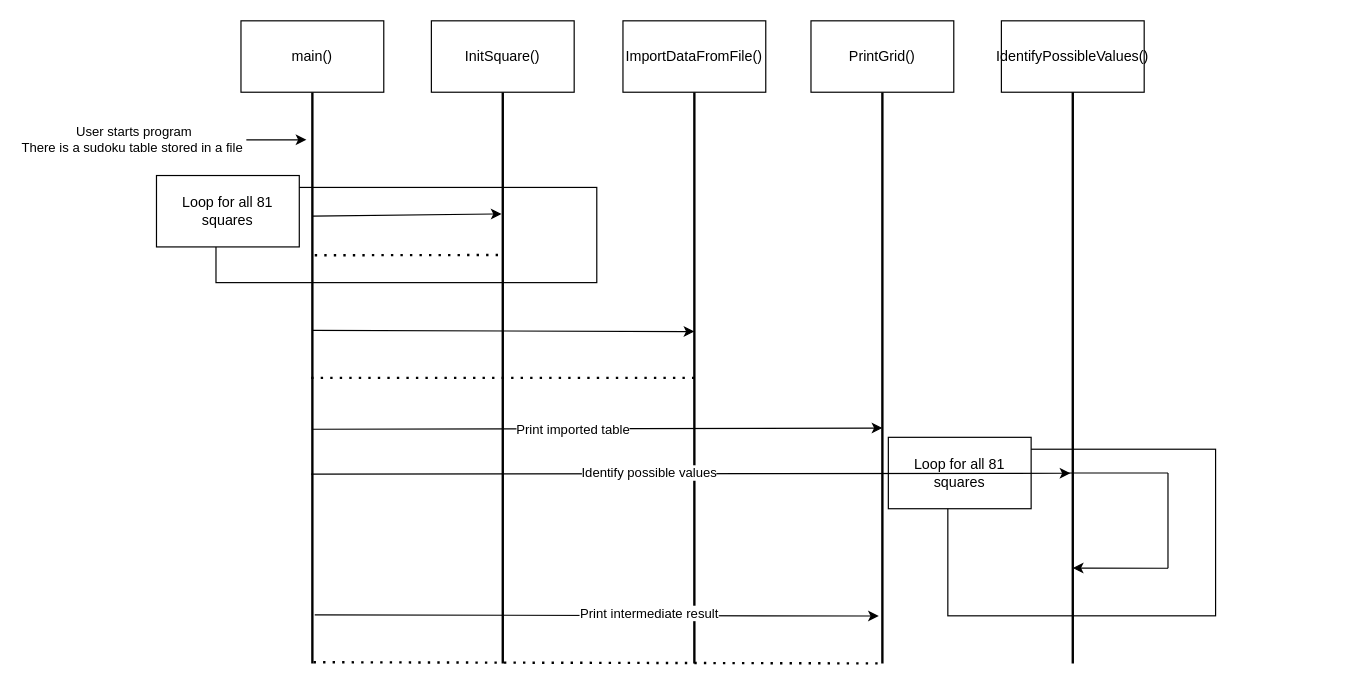
Above: page "Sequence diagrams" (1 of 2) of Miniproject/diagrams.drawio in nh365/CppBC (draw.io), before the change. Source tidied: cells renumbered, new cells numbered last; positions are measured from the earlier drawing's top-left corner, leaving out a move shared by most shapes. Both pictures are drawn from the tidied source at 119%, with x=0, y=0 at pixel (151, 20).
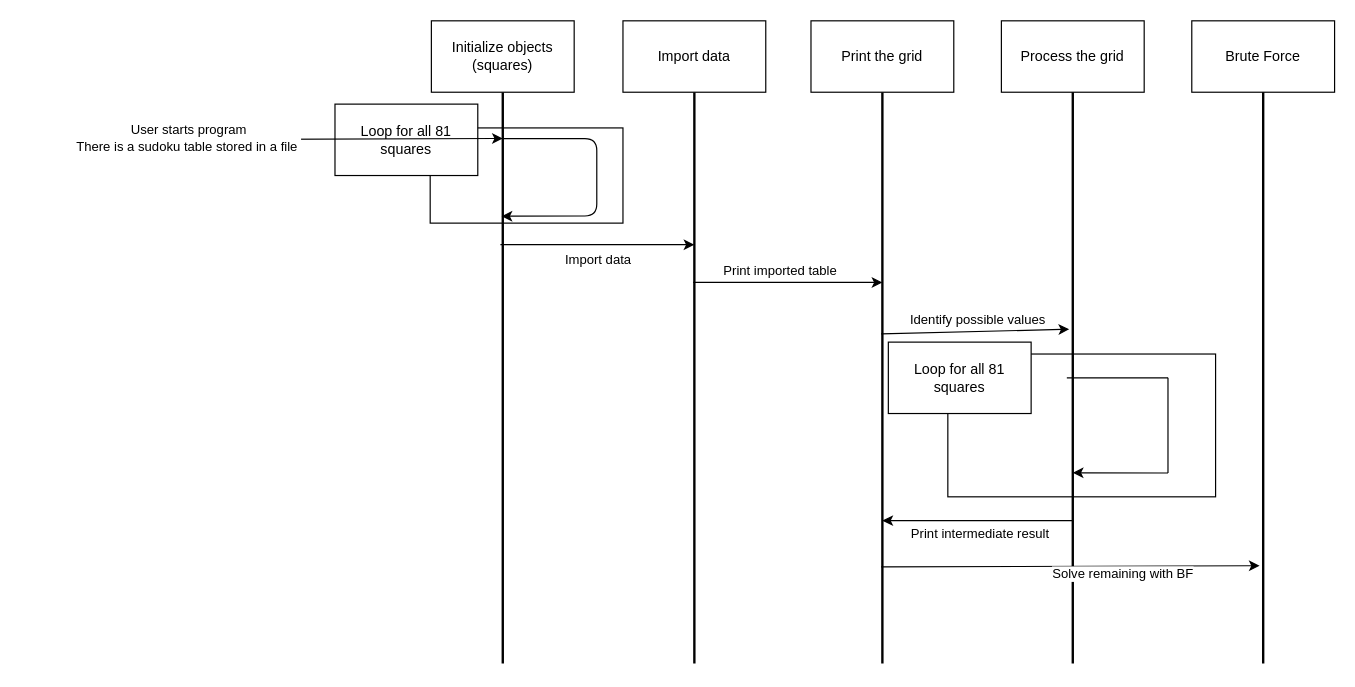
After the change.

Unchanged cells that the change refers to:
```xml
<mxCell id="6" style="line;strokeWidth=2;direction=south;html=1;" parent="1" vertex="1">
  <mxGeometry x="290" y="60" width="10" height="480" as="geometry" />
</mxCell>
<mxCell id="7" style="line;strokeWidth=2;direction=south;html=1;" parent="1" vertex="1">
  <mxGeometry x="451" y="60" width="10" height="480" as="geometry" />
</mxCell>
<mxCell id="8" style="line;strokeWidth=2;direction=south;html=1;" parent="1" vertex="1">
  <mxGeometry x="609" y="60" width="10" height="480" as="geometry" />
</mxCell>
<mxCell id="23" style="line;strokeWidth=2;direction=south;html=1;" parent="1" vertex="1">
  <mxGeometry x="769" y="60" width="10" height="480" as="geometry" />
</mxCell>
```

Diff of the diagram source:
```diff
@@
+    <mxCell id="4" style="rounded=0;whiteSpace=wrap;html=1;" parent="1" vertex="1">
+      <mxGeometry x="234" y="90" width="162" height="80" as="geometry" />
+    </mxCell>
+    <mxCell id="15" value="Loop for all 81 squares" style="rounded=0;whiteSpace=wrap;html=1;" parent="1" vertex="1">
+      <mxGeometry x="154" y="70" width="120" height="60" as="geometry" />
+    </mxCell>
     <mxCell id="2" style="rounded=0;whiteSpace=wrap;html=1;" parent="1" vertex="1">
-      <mxGeometry x="669" y="360" width="225" height="140" as="geometry" />
+      <mxGeometry x="669" y="280" width="225" height="120" as="geometry" />
     </mxCell>
     <mxCell id="3" value="Loop for all 81 squares" style="rounded=0;whiteSpace=wrap;html=1;" parent="1" vertex="1">
-      <mxGeometry x="619" y="350" width="120" height="60" as="geometry" />
+      <mxGeometry x="619" y="270" width="120" height="60" as="geometry" />
     </mxCell>
-    <mxCell id="4" style="rounded=0;whiteSpace=wrap;html=1;" parent="1" vertex="1">
-      <mxGeometry x="54" y="140" width="320" height="80" as="geometry" />
-    </mxCell>
-    <mxCell id="5" style="line;strokeWidth=2;direction=south;html=1;" parent="1" vertex="1">
-      <mxGeometry x="130" y="60" width="10" height="480" as="geometry" />
-    </mxCell>
@@
-    <mxCell id="9" style="endArrow=classic;html=1;" parent="1" edge="1">
+    <mxCell id="9" style="endArrow=classic;html=1;entryX=0.081;entryY=0.5;entryDx=0;entryDy=0;entryPerimeter=0;" parent="1" edge="1" target="6">
       <mxGeometry relative="1" as="geometry">
         <mxPoint y="100" as="sourcePoint" />
-        <mxPoint x="130" y="100" as="targetPoint" />
       </mxGeometry>
     </mxCell>
@@
-    <mxCell id="11" value="main()" style="rounded=0;whiteSpace=wrap;html=1;" parent="1" vertex="1">
-      <mxGeometry x="75" width="120" height="60" as="geometry" />
-    </mxCell>
-    <mxCell id="12" style="endArrow=classic;html=1;entryX=0.213;entryY=0.6;entryDx=0;entryDy=0;entryPerimeter=0;exitX=0.217;exitY=0.5;exitDx=0;exitDy=0;exitPerimeter=0;" parent="1" edge="1" source="5" target="6">
-      <mxGeometry relative="1" as="geometry" />
+    <mxCell id="12" style="endArrow=classic;html=1;entryX=0.213;entryY=0.6;entryDx=0;entryDy=0;entryPerimeter=0;exitX=0.077;exitY=0.6;exitDx=0;exitDy=0;exitPerimeter=0;" parent="1" edge="1">
+      <mxGeometry relative="1" as="geometry">
+        <mxPoint x="294" y="99" as="sourcePoint" />
+        <mxPoint x="294" y="164.2" as="targetPoint" />
+        <Array as="points">
+          <mxPoint x="314" y="99" />
+          <mxPoint x="374" y="99" />
+          <mxPoint x="374" y="164" />
+        </Array>
+      </mxGeometry>
     </mxCell>
-    <mxCell id="13" style="endArrow=none;dashed=1;html=1;dashPattern=1 3;strokeWidth=2;entryX=0.285;entryY=0.7;entryDx=0;entryDy=0;entryPerimeter=0;" parent="1" edge="1" target="6">
-      <mxGeometry relative="1" as="geometry">
-        <mxPoint x="137" y="197" as="sourcePoint" />
-      </mxGeometry>
-    </mxCell>
-    <mxCell id="14" value="InitSquare()" style="rounded=0;whiteSpace=wrap;html=1;" parent="1" vertex="1">
+    <mxCell id="14" value="Initialize objects (squares)" style="rounded=0;whiteSpace=wrap;html=1;" parent="1" vertex="1">
       <mxGeometry x="235" width="120" height="60" as="geometry" />
     </mxCell>
-    <mxCell id="15" value="Loop for all 81 squares" style="rounded=0;whiteSpace=wrap;html=1;" parent="1" vertex="1">
-      <mxGeometry x="4" y="130" width="120" height="60" as="geometry" />
-    </mxCell>
-    <mxCell id="16" value="ImportDataFromFile()" style="rounded=0;whiteSpace=wrap;html=1;" parent="1" vertex="1">
+    <mxCell id="16" value="Import data" style="rounded=0;whiteSpace=wrap;html=1;" parent="1" vertex="1">
       <mxGeometry x="396" width="120" height="60" as="geometry" />
     </mxCell>
-    <mxCell id="17" style="endArrow=classic;html=1;exitX=0.417;exitY=0.5;exitDx=0;exitDy=0;exitPerimeter=0;entryX=0.419;entryY=0.5;entryDx=0;entryDy=0;entryPerimeter=0;" parent="1" edge="1" source="5" target="7">
-      <mxGeometry relative="1" as="geometry" />
+    <mxCell id="17" style="endArrow=classic;html=1;entryX=0.419;entryY=0.5;entryDx=0;entryDy=0;entryPerimeter=0;" parent="1" edge="1">
+      <mxGeometry relative="1" as="geometry">
+        <mxPoint x="293" y="188" as="sourcePoint" />
+        <mxPoint x="456" y="188.1" as="targetPoint" />
+        <Array as="points">
+          <mxPoint x="384" y="188" />
+        </Array>
+      </mxGeometry>
     </mxCell>
-    <mxCell id="18" style="endArrow=none;dashed=1;html=1;dashPattern=1 3;strokeWidth=2;entryX=0.5;entryY=0.2;entryDx=0;entryDy=0;entryPerimeter=0;exitX=0.5;exitY=0.6;exitDx=0;exitDy=0;exitPerimeter=0;" parent="1" edge="1" source="5" target="7">
-      <mxGeometry relative="1" as="geometry" />
-    </mxCell>
+    <mxCell id="32" value="Import data" style="edgeLabel;html=1;align=center;verticalAlign=middle;" parent="17" vertex="1">
+      <mxGeometry x="-0.24" y="-3" relative="1" as="geometry">
+        <mxPoint x="19" y="9" as="offset" />
+      </mxGeometry>
+    </mxCell>
-    <mxCell id="19" value="PrintGrid()" style="rounded=0;whiteSpace=wrap;html=1;" parent="1" vertex="1">
+    <mxCell id="19" value="Print the grid" style="rounded=0;whiteSpace=wrap;html=1;" parent="1" vertex="1">
       <mxGeometry x="554" width="120" height="60" as="geometry" />
     </mxCell>
-    <mxCell id="20" style="endArrow=classic;html=1;exitX=0.59;exitY=0.5;exitDx=0;exitDy=0;exitPerimeter=0;entryX=0.588;entryY=0.5;entryDx=0;entryDy=0;entryPerimeter=0;" parent="1" edge="1" source="5" target="8">
+    <mxCell id="20" style="endArrow=classic;html=1;exitX=0.333;exitY=0.6;exitDx=0;exitDy=0;exitPerimeter=0;entryX=0.333;entryY=0.5;entryDx=0;entryDy=0;entryPerimeter=0;" parent="1" edge="1" source="7" target="8">
       <mxGeometry relative="1" as="geometry" />
     </mxCell>
     <mxCell id="21" value="Print imported table" style="edgeLabel;html=1;align=center;verticalAlign=middle;" parent="20" vertex="1">
-      <mxGeometry x="-0.09" y="-1" relative="1" as="geometry" />
+      <mxGeometry x="-0.09" y="-1" relative="1" as="geometry">
+        <mxPoint y="-11" as="offset" />
+      </mxGeometry>
     </mxCell>
-    <mxCell id="22" value="IdentifyPossibleValues()" style="rounded=0;whiteSpace=wrap;html=1;" parent="1" vertex="1">
+    <mxCell id="22" value="Process the grid" style="rounded=0;whiteSpace=wrap;html=1;" parent="1" vertex="1">
       <mxGeometry x="714" width="120" height="60" as="geometry" />
     </mxCell>
@@
-    <mxCell id="24" style="endArrow=classic;html=1;exitX=0.59;exitY=0.5;exitDx=0;exitDy=0;exitPerimeter=0;entryX=0.667;entryY=0.7;entryDx=0;entryDy=0;entryPerimeter=0;" parent="1" edge="1" target="23">
-      <mxGeometry relative="1" as="geometry">
-        <mxPoint x="134" y="381" as="sourcePoint" />
-      </mxGeometry>
+    <mxCell id="24" style="endArrow=classic;html=1;exitX=0.423;exitY=0.6;exitDx=0;exitDy=0;exitPerimeter=0;entryX=0.415;entryY=0.8;entryDx=0;entryDy=0;entryPerimeter=0;" parent="1" edge="1" source="8" target="23">
+      <mxGeometry relative="1" as="geometry" />
     </mxCell>
     <mxCell id="25" value="Identify possible values" style="edgeLabel;html=1;align=center;verticalAlign=middle;" parent="24" vertex="1">
-      <mxGeometry x="-0.11" y="1" relative="1" as="geometry" />
+      <mxGeometry x="-0.11" y="1" relative="1" as="geometry">
+        <mxPoint x="11" y="-10" as="offset" />
+      </mxGeometry>
     </mxCell>
     <mxCell id="26" style="endArrow=none;html=1;" parent="1" edge="1">
       <mxGeometry relative="1" as="geometry">
-        <mxPoint x="769" y="380" as="sourcePoint" />
-        <mxPoint x="854" y="380" as="targetPoint" />
+        <mxPoint x="769" y="300" as="sourcePoint" />
+        <mxPoint x="854" y="300" as="targetPoint" />
       </mxGeometry>
     </mxCell>
-    <mxCell id="27" style="endArrow=classic;html=1;entryX=0.833;entryY=0.5;entryDx=0;entryDy=0;entryPerimeter=0;" parent="1" edge="1" target="23">
+    <mxCell id="27" style="endArrow=classic;html=1;entryX=0.833;entryY=0.5;entryDx=0;entryDy=0;entryPerimeter=0;" parent="1" edge="1">
       <mxGeometry relative="1" as="geometry">
-        <mxPoint x="854" y="460" as="sourcePoint" />
+        <mxPoint x="854" y="380" as="sourcePoint" />
+        <mxPoint x="774" y="379.8" as="targetPoint" />
       </mxGeometry>
     </mxCell>
     <mxCell id="28" style="endArrow=none;html=1;" parent="1" edge="1">
       <mxGeometry relative="1" as="geometry">
-        <mxPoint x="854" y="460" as="sourcePoint" />
-        <mxPoint x="854" y="380" as="targetPoint" />
+        <mxPoint x="854" y="380" as="sourcePoint" />
+        <mxPoint x="854" y="300" as="targetPoint" />
       </mxGeometry>
     </mxCell>
-    <mxCell id="29" style="endArrow=classic;html=1;exitX=0.417;exitY=0.5;exitDx=0;exitDy=0;exitPerimeter=0;entryX=0.917;entryY=0.8;entryDx=0;entryDy=0;entryPerimeter=0;" parent="1" edge="1" target="8">
-      <mxGeometry relative="1" as="geometry">
-        <mxPoint x="137" y="499.2" as="sourcePoint" />
-      </mxGeometry>
+    <mxCell id="29" style="endArrow=classic;html=1;exitX=0.75;exitY=0.5;exitDx=0;exitDy=0;exitPerimeter=0;entryX=0.75;entryY=0.5;entryDx=0;entryDy=0;entryPerimeter=0;" parent="1" edge="1" source="23" target="8">
+      <mxGeometry relative="1" as="geometry" />
     </mxCell>
     <mxCell id="30" value="Print intermediate result" style="edgeLabel;html=1;align=center;verticalAlign=middle;" parent="29" vertex="1">
-      <mxGeometry x="0.18" y="2" relative="1" as="geometry" />
+      <mxGeometry x="0.18" y="2" relative="1" as="geometry">
+        <mxPoint x="15" y="8" as="offset" />
+      </mxGeometry>
     </mxCell>
-    <mxCell id="31" style="endArrow=none;dashed=1;html=1;dashPattern=1 3;strokeWidth=2;entryX=1;entryY=0.5;entryDx=0;entryDy=0;entryPerimeter=0;exitX=0.5;exitY=0.6;exitDx=0;exitDy=0;exitPerimeter=0;" parent="1" edge="1" target="8">
-      <mxGeometry relative="1" as="geometry">
-        <mxPoint x="136" y="539" as="sourcePoint" />
-      </mxGeometry>
-    </mxCell>
+    <mxCell id="33" value="Brute Force" style="rounded=0;whiteSpace=wrap;html=1;" parent="1" vertex="1">
+      <mxGeometry x="874" width="120" height="60" as="geometry" />
+    </mxCell>
+    <mxCell id="34" style="line;strokeWidth=2;direction=south;html=1;" parent="1" vertex="1">
+      <mxGeometry x="929" y="60" width="10" height="480" as="geometry" />
+    </mxCell>
+    <mxCell id="35" style="endArrow=classic;html=1;exitX=0.831;exitY=0.6;exitDx=0;exitDy=0;exitPerimeter=0;entryX=0.829;entryY=0.8;entryDx=0;entryDy=0;entryPerimeter=0;" parent="1" edge="1" source="8" target="34">
+      <mxGeometry relative="1" as="geometry" />
+    </mxCell>
+    <mxCell id="36" value="Solve remaining with BF" style="edgeLabel;html=1;align=center;verticalAlign=middle;" parent="35" vertex="1">
+      <mxGeometry x="0.18" y="2" relative="1" as="geometry">
+        <mxPoint x="15" y="8" as="offset" />
+      </mxGeometry>
+    </mxCell>
```
